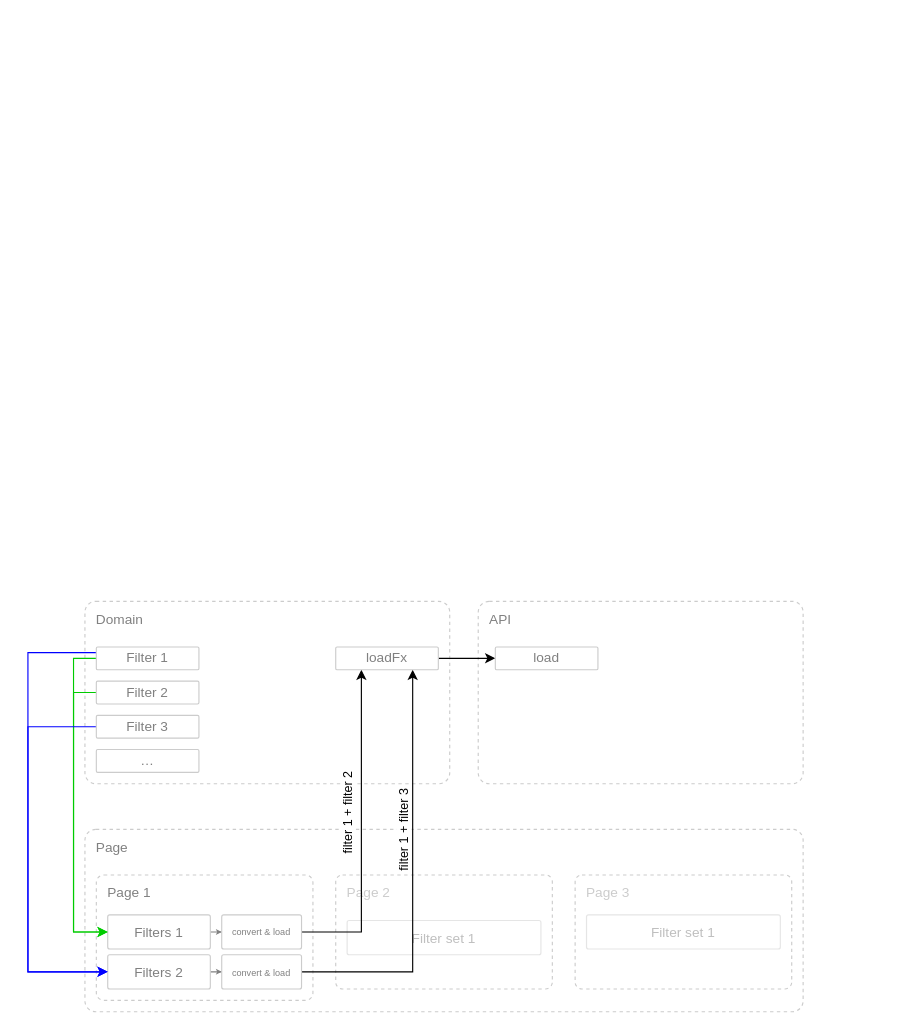
Above: domain-filters.drawio in ajile/draw-io (draw.io), before the change. Source tidied: cells renumbered, new cells numbered last; positions are measured from the earlier drawing's top-left corner, leaving out a move shared by most shapes. Both pictures are drawn from the tidied source at 114%, with x=0, y=0 at pixel (27, 601).
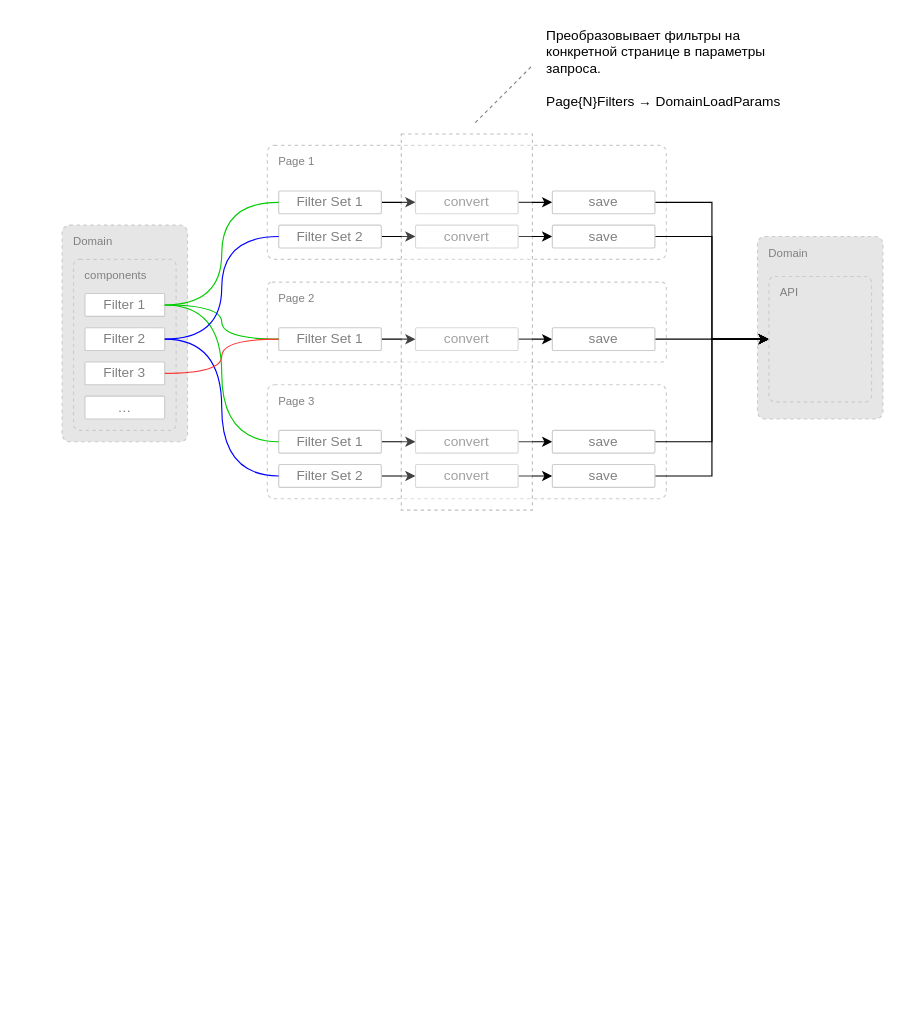
After the change.

Diff of the diagram source:
```diff
@@
-    <mxCell id="2" value="Page" style="rounded=1;whiteSpace=wrap;html=1;align=left;verticalAlign=top;spacingLeft=8;fontColor=#808080;strokeColor=#CCCCCC;dashed=1;spacingTop=2;arcSize=6;fontStyle=0;" parent="1" vertex="1">
-      <mxGeometry x="50" y="200" width="630" height="160" as="geometry" />
-    </mxCell>
-    <mxCell id="3" value="Domain" style="rounded=1;whiteSpace=wrap;html=1;align=left;verticalAlign=top;spacingLeft=8;fontColor=#808080;strokeColor=#CCCCCC;dashed=1;spacingTop=2;arcSize=6;" parent="1" vertex="1">
-      <mxGeometry x="50" width="320" height="160" as="geometry" />
-    </mxCell>
-    <mxCell id="4" value="API" style="rounded=1;whiteSpace=wrap;html=1;align=left;verticalAlign=top;spacingLeft=8;fontColor=#808080;strokeColor=#CCCCCC;dashed=1;spacingTop=2;arcSize=6;" parent="1" vertex="1">
-      <mxGeometry x="395" width="285" height="160" as="geometry" />
-    </mxCell>
-    <mxCell id="5" value="Page 1" style="rounded=1;whiteSpace=wrap;html=1;align=left;verticalAlign=top;spacingLeft=8;fontColor=#808080;strokeColor=#CCCCCC;dashed=1;spacingTop=2;arcSize=6;fontStyle=0;" parent="1" vertex="1">
-      <mxGeometry x="60" y="240" width="190" height="110" as="geometry" />
-    </mxCell>
-    <mxCell id="6" value="Page 2" style="rounded=1;whiteSpace=wrap;html=1;align=left;verticalAlign=top;spacingLeft=8;fontColor=#CCCCCC;strokeColor=#CCCCCC;dashed=1;spacingTop=2;arcSize=6;fontStyle=0;" parent="1" vertex="1">
-      <mxGeometry x="270" y="240" width="190" height="100" as="geometry" />
-    </mxCell>
-    <mxCell id="7" value="Page 3" style="rounded=1;whiteSpace=wrap;html=1;align=left;verticalAlign=top;spacingLeft=8;fontColor=#CCCCCC;strokeColor=#CCCCCC;dashed=1;spacingTop=2;arcSize=6;fontStyle=0;" parent="1" vertex="1">
-      <mxGeometry x="480" y="240" width="190" height="100" as="geometry" />
-    </mxCell>
-    <mxCell id="8" style="edgeStyle=orthogonalEdgeStyle;rounded=0;jettySize=auto;html=1;endSize=2;strokeColor=#808080;" parent="1" edge="1" source="9" target="19">
-      <mxGeometry relative="1" as="geometry" />
-    </mxCell>
-    <mxCell id="9" value="Filters 1" style="rounded=1;whiteSpace=wrap;html=1;align=center;verticalAlign=middle;spacingLeft=0;fontColor=#808080;strokeColor=#CCCCCC;spacingTop=2;arcSize=6;fontStyle=0;" parent="1" vertex="1">
-      <mxGeometry x="70" y="275" width="90" height="30" as="geometry" />
-    </mxCell>
-    <mxCell id="10" style="edgeStyle=orthogonalEdgeStyle;rounded=0;jettySize=auto;html=1;endSize=2;strokeColor=#808080;" parent="1" edge="1" source="11" target="16">
-      <mxGeometry relative="1" as="geometry" />
-    </mxCell>
-    <mxCell id="11" value="Filters&amp;nbsp;2" style="rounded=1;whiteSpace=wrap;html=1;align=center;verticalAlign=middle;spacingLeft=0;fontColor=#808080;strokeColor=#CCCCCC;spacingTop=2;arcSize=6;fontStyle=0;" parent="1" vertex="1">
-      <mxGeometry x="70" y="310" width="90" height="30" as="geometry" />
-    </mxCell>
-    <mxCell id="12" value="Filter set 1" style="rounded=1;whiteSpace=wrap;html=1;align=center;verticalAlign=middle;spacingLeft=0;fontColor=#808080;strokeColor=#CCCCCC;spacingTop=2;arcSize=6;fontStyle=0;opacity=50;textOpacity=50;" parent="1" vertex="1">
-      <mxGeometry x="280" y="280" width="170" height="30" as="geometry" />
-    </mxCell>
-    <mxCell id="13" value="Filter set 1" style="rounded=1;whiteSpace=wrap;html=1;align=center;verticalAlign=middle;spacingLeft=0;fontColor=#808080;strokeColor=#CCCCCC;spacingTop=2;arcSize=6;fontStyle=0;opacity=50;textOpacity=50;" parent="1" vertex="1">
-      <mxGeometry x="490" y="275" width="170" height="30" as="geometry" />
-    </mxCell>
-    <mxCell id="14" style="edgeStyle=orthogonalEdgeStyle;rounded=0;jettySize=auto;html=1;entryX=0.75;entryY=1;entryDx=0;entryDy=0;" parent="1" edge="1" source="16" target="29">
-      <mxGeometry relative="1" as="geometry" />
-    </mxCell>
-    <mxCell id="15" value="filter 1 + filter 3" style="edgeLabel;html=1;align=center;verticalAlign=middle;horizontal=0;" parent="14" vertex="1">
-      <mxGeometry x="0.2" relative="1" as="geometry">
-        <mxPoint x="-8" y="-3" as="offset" />
-      </mxGeometry>
-    </mxCell>
-    <mxCell id="16" value="&lt;span style=&quot;font-size: 8px;&quot;&gt;convert &amp;amp; load&lt;/span&gt;" style="rounded=1;whiteSpace=wrap;html=1;align=center;verticalAlign=middle;spacingLeft=0;fontColor=#808080;strokeColor=#CCCCCC;spacingTop=0;arcSize=6;fontStyle=0;" parent="1" vertex="1">
-      <mxGeometry x="170" y="310" width="70" height="30" as="geometry" />
-    </mxCell>
-    <mxCell id="17" style="edgeStyle=orthogonalEdgeStyle;rounded=0;jettySize=auto;html=1;entryX=0.25;entryY=1;entryDx=0;entryDy=0;" parent="1" edge="1" source="19" target="29">
-      <mxGeometry relative="1" as="geometry" />
-    </mxCell>
-    <mxCell id="18" value="filter 1 + filter 2" style="edgeLabel;html=1;align=center;verticalAlign=middle;horizontal=0;" parent="17" vertex="1">
-      <mxGeometry x="0.05" y="-1" relative="1" as="geometry">
-        <mxPoint x="-13" y="-8" as="offset" />
-      </mxGeometry>
-    </mxCell>
-    <mxCell id="19" value="&lt;font&gt;convert &amp;amp; load&lt;/font&gt;" style="rounded=1;whiteSpace=wrap;html=1;align=center;verticalAlign=middle;spacingLeft=0;fontColor=#808080;strokeColor=#CCCCCC;spacingTop=0;arcSize=6;fontStyle=0;fontSize=8;" parent="1" vertex="1">
-      <mxGeometry x="170" y="275" width="70" height="30" as="geometry" />
-    </mxCell>
-    <mxCell id="20" style="edgeStyle=orthogonalEdgeStyle;rounded=0;jettySize=auto;html=1;entryX=0;entryY=0.5;entryDx=0;entryDy=0;exitX=0;exitY=0.5;exitDx=0;exitDy=0;strokeColor=#00CC00;" parent="1" edge="1" source="22" target="9">
-      <mxGeometry relative="1" as="geometry">
-        <Array as="points">
-          <mxPoint x="40" y="50" />
-          <mxPoint x="40" y="290" />
-        </Array>
-      </mxGeometry>
-    </mxCell>
-    <mxCell id="21" style="edgeStyle=orthogonalEdgeStyle;rounded=0;jettySize=auto;html=1;entryX=0;entryY=0.5;entryDx=0;entryDy=0;strokeColor=#0000FF;exitX=0;exitY=0.25;exitDx=0;exitDy=0;" parent="1" edge="1" source="22" target="11">
-      <mxGeometry relative="1" as="geometry">
-        <Array as="points">
-          <mxPoint y="45" />
-          <mxPoint y="325" />
-        </Array>
-      </mxGeometry>
-    </mxCell>
+    <mxCell id="31" value="Domain" style="rounded=1;whiteSpace=wrap;html=1;align=left;verticalAlign=top;spacingLeft=8;fontColor=#808080;strokeColor=#CCCCCC;dashed=1;spacingTop=2;arcSize=6;fillColor=#E6E6E6;fontSize=10;" parent="1" vertex="1">
+      <mxGeometry x="640" y="-320" width="110" height="160" as="geometry" />
+    </mxCell>
+    <mxCell id="32" value="Domain" style="rounded=1;whiteSpace=wrap;html=1;align=left;verticalAlign=top;spacingLeft=8;fontColor=#808080;strokeColor=#CCCCCC;dashed=1;spacingTop=2;arcSize=6;fillColor=#E6E6E6;fontSize=10;" parent="1" vertex="1">
+      <mxGeometry x="30" y="-330" width="110" height="190" as="geometry" />
+    </mxCell>
+    <mxCell id="33" value="components" style="rounded=1;whiteSpace=wrap;html=1;align=left;verticalAlign=top;spacingLeft=8;fontColor=#808080;strokeColor=#CCCCCC;dashed=1;spacingTop=2;arcSize=6;fillColor=#E6E6E6;fontSize=10;" parent="1" vertex="1">
+      <mxGeometry x="40" y="-300" width="90" height="150" as="geometry" />
+    </mxCell>
     <mxCell id="22" value="Filter 1" style="rounded=1;whiteSpace=wrap;html=1;align=center;verticalAlign=middle;spacingLeft=0;fontColor=#808080;strokeColor=#CCCCCC;spacingTop=0;arcSize=6;fontStyle=0;" parent="1" vertex="1">
-      <mxGeometry x="60" y="40" width="90" height="20" as="geometry" />
+      <mxGeometry x="50" y="-270" width="70" height="20" as="geometry" />
     </mxCell>
-    <mxCell id="23" style="edgeStyle=orthogonalEdgeStyle;rounded=0;jettySize=auto;html=1;entryX=0;entryY=0.5;entryDx=0;entryDy=0;exitX=0;exitY=0.5;exitDx=0;exitDy=0;strokeColor=#00CC00;" parent="1" edge="1" source="24" target="9">
-      <mxGeometry relative="1" as="geometry">
-        <Array as="points">
-          <mxPoint x="40" y="80" />
-          <mxPoint x="40" y="290" />
-        </Array>
-      </mxGeometry>
-    </mxCell>
     <mxCell id="24" value="Filter 2" style="rounded=1;whiteSpace=wrap;html=1;align=center;verticalAlign=middle;spacingLeft=0;fontColor=#808080;strokeColor=#CCCCCC;spacingTop=0;arcSize=6;fontStyle=0;" parent="1" vertex="1">
-      <mxGeometry x="60" y="70" width="90" height="20" as="geometry" />
+      <mxGeometry x="50" y="-240" width="70" height="20" as="geometry" />
     </mxCell>
-    <mxCell id="25" style="edgeStyle=orthogonalEdgeStyle;rounded=0;jettySize=auto;html=1;entryX=0;entryY=0.5;entryDx=0;entryDy=0;exitX=0;exitY=0.5;exitDx=0;exitDy=0;strokeColor=#0000FF;" parent="1" edge="1" source="26" target="11">
-      <mxGeometry relative="1" as="geometry">
-        <Array as="points">
-          <mxPoint y="110" />
-          <mxPoint y="325" />
-        </Array>
-      </mxGeometry>
-    </mxCell>
     <mxCell id="26" value="Filter 3" style="rounded=1;whiteSpace=wrap;html=1;align=center;verticalAlign=middle;spacingLeft=0;fontColor=#808080;strokeColor=#CCCCCC;spacingTop=0;arcSize=6;fontStyle=0;" parent="1" vertex="1">
-      <mxGeometry x="60" y="100" width="90" height="20" as="geometry" />
+      <mxGeometry x="50" y="-210" width="70" height="20" as="geometry" />
     </mxCell>
     <mxCell id="27" value="…" style="rounded=1;whiteSpace=wrap;html=1;align=center;verticalAlign=middle;spacingLeft=0;fontColor=#808080;strokeColor=#CCCCCC;spacingTop=0;arcSize=6;fontStyle=0;" parent="1" vertex="1">
-      <mxGeometry x="60" y="130" width="90" height="20" as="geometry" />
+      <mxGeometry x="50" y="-180" width="70" height="20" as="geometry" />
     </mxCell>
-    <mxCell id="28" style="edgeStyle=orthogonalEdgeStyle;rounded=0;jettySize=auto;html=1;" parent="1" edge="1" source="29" target="30">
-      <mxGeometry relative="1" as="geometry" />
-    </mxCell>
-    <mxCell id="29" value="loadFx" style="rounded=1;whiteSpace=wrap;html=1;align=center;verticalAlign=middle;spacingLeft=0;fontColor=#808080;strokeColor=#CCCCCC;spacingTop=0;arcSize=6;fontStyle=0;" parent="1" vertex="1">
-      <mxGeometry x="270" y="40" width="90" height="20" as="geometry" />
-    </mxCell>
-    <mxCell id="30" value="load" style="rounded=1;whiteSpace=wrap;html=1;align=center;verticalAlign=middle;spacingLeft=0;fontColor=#808080;strokeColor=#CCCCCC;spacingTop=0;arcSize=6;fontStyle=0;" parent="1" vertex="1">
-      <mxGeometry x="410" y="40" width="90" height="20" as="geometry" />
-    </mxCell>
+    <mxCell id="5" value="Page 1" style="rounded=1;whiteSpace=wrap;html=1;align=left;verticalAlign=top;spacingLeft=8;fontColor=#808080;strokeColor=#CCCCCC;dashed=1;spacingTop=2;arcSize=6;fontStyle=0;fontSize=10;" parent="1" vertex="1">
+      <mxGeometry x="210" y="-400" width="350" height="100" as="geometry" />
+    </mxCell>
+    <mxCell id="34" style="edgeStyle=orthogonalEdgeStyle;rounded=0;jettySize=auto;html=1;" parent="1" edge="1" source="35" target="37">
+      <mxGeometry relative="1" as="geometry" />
+    </mxCell>
+    <mxCell id="35" value="Filter Set 1" style="rounded=1;whiteSpace=wrap;html=1;align=center;verticalAlign=middle;spacingLeft=0;fontColor=#808080;strokeColor=#CCCCCC;spacingTop=0;arcSize=6;fontStyle=0;" parent="1" vertex="1">
+      <mxGeometry x="220" y="-360" width="90" height="20" as="geometry" />
+    </mxCell>
+    <mxCell id="36" style="edgeStyle=orthogonalEdgeStyle;rounded=0;jettySize=auto;html=1;" parent="1" edge="1" source="37" target="39">
+      <mxGeometry relative="1" as="geometry" />
+    </mxCell>
+    <mxCell id="37" value="convert" style="rounded=1;whiteSpace=wrap;html=1;align=center;verticalAlign=middle;spacingLeft=0;fontColor=#808080;strokeColor=#CCCCCC;spacingTop=0;arcSize=6;fontStyle=0;" parent="1" vertex="1">
+      <mxGeometry x="340" y="-360" width="90" height="20" as="geometry" />
+    </mxCell>
+    <mxCell id="38" style="edgeStyle=orthogonalEdgeStyle;rounded=0;jettySize=auto;html=1;entryX=0;entryY=0.5;entryDx=0;entryDy=0;" parent="1" edge="1" source="39" target="4">
+      <mxGeometry relative="1" as="geometry" />
+    </mxCell>
+    <mxCell id="39" value="save" style="rounded=1;whiteSpace=wrap;html=1;align=center;verticalAlign=middle;spacingLeft=0;fontColor=#808080;strokeColor=#CCCCCC;spacingTop=0;arcSize=6;fontStyle=0;" parent="1" vertex="1">
+      <mxGeometry x="460" y="-360" width="90" height="20" as="geometry" />
+    </mxCell>
+    <mxCell id="40" style="edgeStyle=orthogonalEdgeStyle;rounded=0;jettySize=auto;html=1;" parent="1" edge="1" source="41" target="43">
+      <mxGeometry relative="1" as="geometry" />
+    </mxCell>
+    <mxCell id="41" value="Filter Set 2" style="rounded=1;whiteSpace=wrap;html=1;align=center;verticalAlign=middle;spacingLeft=0;fontColor=#808080;strokeColor=#CCCCCC;spacingTop=0;arcSize=6;fontStyle=0;" parent="1" vertex="1">
+      <mxGeometry x="220" y="-330" width="90" height="20" as="geometry" />
+    </mxCell>
+    <mxCell id="42" style="edgeStyle=orthogonalEdgeStyle;rounded=0;jettySize=auto;html=1;" parent="1" edge="1" source="43" target="45">
+      <mxGeometry relative="1" as="geometry" />
+    </mxCell>
+    <mxCell id="43" value="convert" style="rounded=1;whiteSpace=wrap;html=1;align=center;verticalAlign=middle;spacingLeft=0;fontColor=#808080;strokeColor=#CCCCCC;spacingTop=0;arcSize=6;fontStyle=0;" parent="1" vertex="1">
+      <mxGeometry x="340" y="-330" width="90" height="20" as="geometry" />
+    </mxCell>
+    <mxCell id="44" style="edgeStyle=orthogonalEdgeStyle;rounded=0;jettySize=auto;html=1;entryX=0;entryY=0.5;entryDx=0;entryDy=0;" parent="1" edge="1" source="45" target="4">
+      <mxGeometry relative="1" as="geometry" />
+    </mxCell>
+    <mxCell id="45" value="save" style="rounded=1;whiteSpace=wrap;html=1;align=center;verticalAlign=middle;spacingLeft=0;fontColor=#808080;strokeColor=#CCCCCC;spacingTop=0;arcSize=6;fontStyle=0;" parent="1" vertex="1">
+      <mxGeometry x="460" y="-330" width="90" height="20" as="geometry" />
+    </mxCell>
+    <mxCell id="6" value="Page 2" style="rounded=1;whiteSpace=wrap;html=1;align=left;verticalAlign=top;spacingLeft=8;fontColor=#808080;strokeColor=#CCCCCC;dashed=1;spacingTop=2;arcSize=6;fontStyle=0;fontSize=10;" parent="1" vertex="1">
+      <mxGeometry x="210" y="-280" width="350" height="70" as="geometry" />
+    </mxCell>
+    <mxCell id="46" style="edgeStyle=orthogonalEdgeStyle;rounded=0;jettySize=auto;html=1;" parent="1" edge="1" source="47" target="49">
+      <mxGeometry relative="1" as="geometry" />
+    </mxCell>
+    <mxCell id="47" value="Filter Set 1" style="rounded=1;whiteSpace=wrap;html=1;align=center;verticalAlign=middle;spacingLeft=0;fontColor=#808080;strokeColor=#CCCCCC;spacingTop=0;arcSize=6;fontStyle=0;" parent="1" vertex="1">
+      <mxGeometry x="220" y="-240" width="90" height="20" as="geometry" />
+    </mxCell>
+    <mxCell id="48" style="edgeStyle=orthogonalEdgeStyle;rounded=0;jettySize=auto;html=1;" parent="1" edge="1" source="49" target="51">
+      <mxGeometry relative="1" as="geometry" />
+    </mxCell>
+    <mxCell id="49" value="convert" style="rounded=1;whiteSpace=wrap;html=1;align=center;verticalAlign=middle;spacingLeft=0;fontColor=#808080;strokeColor=#CCCCCC;spacingTop=0;arcSize=6;fontStyle=0;" parent="1" vertex="1">
+      <mxGeometry x="340" y="-240" width="90" height="20" as="geometry" />
+    </mxCell>
+    <mxCell id="50" style="edgeStyle=orthogonalEdgeStyle;rounded=0;jettySize=auto;html=1;entryX=0;entryY=0.5;entryDx=0;entryDy=0;" parent="1" edge="1" source="51" target="4">
+      <mxGeometry relative="1" as="geometry" />
+    </mxCell>
+    <mxCell id="51" value="save" style="rounded=1;whiteSpace=wrap;html=1;align=center;verticalAlign=middle;spacingLeft=0;fontColor=#808080;strokeColor=#CCCCCC;spacingTop=0;arcSize=6;fontStyle=0;" parent="1" vertex="1">
+      <mxGeometry x="460" y="-240" width="90" height="20" as="geometry" />
+    </mxCell>
+    <mxCell id="7" value="Page 3" style="rounded=1;whiteSpace=wrap;html=1;align=left;verticalAlign=top;spacingLeft=8;fontColor=#808080;strokeColor=#CCCCCC;dashed=1;spacingTop=2;arcSize=6;fontStyle=0;fontSize=10;" parent="1" vertex="1">
+      <mxGeometry x="210" y="-190" width="350" height="100" as="geometry" />
+    </mxCell>
+    <mxCell id="52" style="edgeStyle=orthogonalEdgeStyle;rounded=0;jettySize=auto;html=1;" parent="1" edge="1" source="53" target="55">
+      <mxGeometry relative="1" as="geometry" />
+    </mxCell>
+    <mxCell id="53" value="Filter Set 1" style="rounded=1;whiteSpace=wrap;html=1;align=center;verticalAlign=middle;spacingLeft=0;fontColor=#808080;strokeColor=#CCCCCC;spacingTop=0;arcSize=6;fontStyle=0;" parent="1" vertex="1">
+      <mxGeometry x="220" y="-150" width="90" height="20" as="geometry" />
+    </mxCell>
+    <mxCell id="54" style="edgeStyle=orthogonalEdgeStyle;rounded=0;jettySize=auto;html=1;" parent="1" edge="1" source="55" target="57">
+      <mxGeometry relative="1" as="geometry" />
+    </mxCell>
+    <mxCell id="55" value="convert" style="rounded=1;whiteSpace=wrap;html=1;align=center;verticalAlign=middle;spacingLeft=0;fontColor=#808080;strokeColor=#CCCCCC;spacingTop=0;arcSize=6;fontStyle=0;" parent="1" vertex="1">
+      <mxGeometry x="340" y="-150" width="90" height="20" as="geometry" />
+    </mxCell>
+    <mxCell id="56" style="edgeStyle=orthogonalEdgeStyle;rounded=0;jettySize=auto;html=1;entryX=0;entryY=0.5;entryDx=0;entryDy=0;" parent="1" edge="1" source="57" target="4">
+      <mxGeometry relative="1" as="geometry" />
+    </mxCell>
+    <mxCell id="57" value="save" style="rounded=1;whiteSpace=wrap;html=1;align=center;verticalAlign=middle;spacingLeft=0;fontColor=#808080;strokeColor=#CCCCCC;spacingTop=0;arcSize=6;fontStyle=0;" parent="1" vertex="1">
+      <mxGeometry x="460" y="-150" width="90" height="20" as="geometry" />
+    </mxCell>
+    <mxCell id="58" style="edgeStyle=orthogonalEdgeStyle;rounded=0;jettySize=auto;html=1;" parent="1" edge="1" source="59" target="61">
+      <mxGeometry relative="1" as="geometry" />
+    </mxCell>
+    <mxCell id="59" value="Filter Set 2" style="rounded=1;whiteSpace=wrap;html=1;align=center;verticalAlign=middle;spacingLeft=0;fontColor=#808080;strokeColor=#CCCCCC;spacingTop=0;arcSize=6;fontStyle=0;" parent="1" vertex="1">
+      <mxGeometry x="220" y="-120" width="90" height="20" as="geometry" />
+    </mxCell>
+    <mxCell id="60" style="edgeStyle=orthogonalEdgeStyle;rounded=0;jettySize=auto;html=1;" parent="1" edge="1" source="61" target="63">
+      <mxGeometry relative="1" as="geometry" />
+    </mxCell>
+    <mxCell id="61" value="convert" style="rounded=1;whiteSpace=wrap;html=1;align=center;verticalAlign=middle;spacingLeft=0;fontColor=#808080;strokeColor=#CCCCCC;spacingTop=0;arcSize=6;fontStyle=0;" parent="1" vertex="1">
+      <mxGeometry x="340" y="-120" width="90" height="20" as="geometry" />
+    </mxCell>
+    <mxCell id="62" style="edgeStyle=orthogonalEdgeStyle;rounded=0;jettySize=auto;html=1;entryX=0;entryY=0.5;entryDx=0;entryDy=0;" parent="1" edge="1" source="63" target="4">
+      <mxGeometry relative="1" as="geometry" />
+    </mxCell>
+    <mxCell id="63" value="save" style="rounded=1;whiteSpace=wrap;html=1;align=center;verticalAlign=middle;spacingLeft=0;fontColor=#808080;strokeColor=#CCCCCC;spacingTop=0;arcSize=6;fontStyle=0;" parent="1" vertex="1">
+      <mxGeometry x="460" y="-120" width="90" height="20" as="geometry" />
+    </mxCell>
+    <mxCell id="64" style="edgeStyle=orthogonalEdgeStyle;rounded=0;jettySize=auto;html=1;entryX=0;entryY=0.5;entryDx=0;entryDy=0;fontColor=#00CC00;strokeColor=#00CC00;curved=1;endArrow=none;endFill=0;" parent="1" edge="1" source="22" target="35">
+      <mxGeometry relative="1" as="geometry" />
+    </mxCell>
+    <mxCell id="65" style="edgeStyle=orthogonalEdgeStyle;rounded=0;jettySize=auto;html=1;fontColor=#00CC00;strokeColor=#00CC00;curved=1;endArrow=none;endFill=0;entryX=0;entryY=0.5;entryDx=0;entryDy=0;" parent="1" edge="1" source="22" target="47">
+      <mxGeometry relative="1" as="geometry" />
+    </mxCell>
+    <mxCell id="66" style="edgeStyle=orthogonalEdgeStyle;rounded=0;jettySize=auto;html=1;fontColor=#00CC00;strokeColor=#00CC00;curved=1;endArrow=none;endFill=0;entryX=0;entryY=0.5;entryDx=0;entryDy=0;" parent="1" edge="1" source="22" target="53">
+      <mxGeometry relative="1" as="geometry" />
+    </mxCell>
+    <mxCell id="67" style="edgeStyle=orthogonalEdgeStyle;rounded=0;jettySize=auto;html=1;entryX=0;entryY=0.5;entryDx=0;entryDy=0;fontColor=#00CC00;strokeColor=#0000FF;curved=1;endArrow=none;endFill=0;exitX=1;exitY=0.5;exitDx=0;exitDy=0;" parent="1" edge="1" source="24" target="41">
+      <mxGeometry relative="1" as="geometry" />
+    </mxCell>
+    <mxCell id="68" style="edgeStyle=orthogonalEdgeStyle;rounded=0;jettySize=auto;html=1;entryX=0;entryY=0.5;entryDx=0;entryDy=0;fontColor=#00CC00;strokeColor=#0000FF;curved=1;endArrow=none;endFill=0;exitX=1;exitY=0.5;exitDx=0;exitDy=0;" parent="1" edge="1" source="24" target="59">
+      <mxGeometry relative="1" as="geometry" />
+    </mxCell>
+    <mxCell id="69" style="edgeStyle=orthogonalEdgeStyle;rounded=0;jettySize=auto;html=1;entryX=0;entryY=0.5;entryDx=0;entryDy=0;fontColor=#00CC00;strokeColor=#FF3333;curved=1;endArrow=none;endFill=0;exitX=1;exitY=0.5;exitDx=0;exitDy=0;" parent="1" edge="1" source="26" target="47">
+      <mxGeometry relative="1" as="geometry" />
+    </mxCell>
+    <mxCell id="4" value="API" style="rounded=1;whiteSpace=wrap;html=1;align=left;verticalAlign=top;spacingLeft=8;fontColor=#808080;strokeColor=#CCCCCC;dashed=1;spacingTop=2;arcSize=6;fillColor=#E6E6E6;fontSize=10;" parent="1" vertex="1">
+      <mxGeometry x="650" y="-285" width="90" height="110" as="geometry" />
+    </mxCell>
+    <mxCell id="70" style="rounded=0;whiteSpace=wrap;html=1;fillColor=default;dashed=1;opacity=25;" parent="1" vertex="1">
+      <mxGeometry x="327.5" y="-410" width="115" height="330" as="geometry" />
+    </mxCell>
+    <mxCell id="71" style="endArrow=none;dashed=1;html=1;strokeWidth=1;rounded=0;strokeColor=#808080;" parent="1" edge="1">
+      <mxGeometry relative="1" as="geometry">
+        <mxPoint x="392.5" y="-420" as="sourcePoint" />
+        <mxPoint x="442.5" y="-470" as="targetPoint" />
+      </mxGeometry>
+    </mxCell>
+    <mxCell id="72" value="Преобразовывает фильтры на конкретной странице в параметры запроса.&lt;div&gt;&lt;br&gt;&lt;/div&gt;&lt;div&gt;Page{&lt;span style=&quot;background-color: transparent; color: light-dark(rgb(0, 0, 0), rgb(255, 255, 255));&quot;&gt;N&lt;/span&gt;&lt;span style=&quot;background-color: transparent; color: light-dark(rgb(0, 0, 0), rgb(255, 255, 255));&quot;&gt;}Filters → DomainLoadParams&lt;/span&gt;&lt;/div&gt;" style="text;html=1;align=left;verticalAlign=top;whiteSpace=wrap;rounded=0;" parent="1" vertex="1">
+      <mxGeometry x="452.5" y="-510" width="217.5" height="100" as="geometry" />
+    </mxCell>
```
